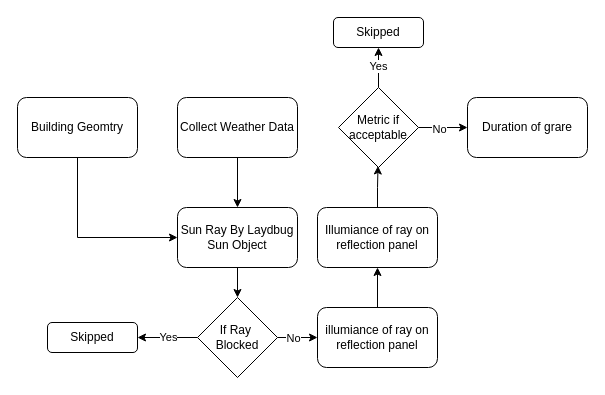
Earlier version of the draw.io diagram glare_simulation_process.drawio (gaochaowyq/MinderGraph). Source tidied: cells renumbered, new cells numbered last; positions are measured from the earlier drawing's top-left corner, leaving out a move shared by most shapes. Both pictures are drawn from the tidied source at 100%, with x=0, y=0 at pixel (17, 17).
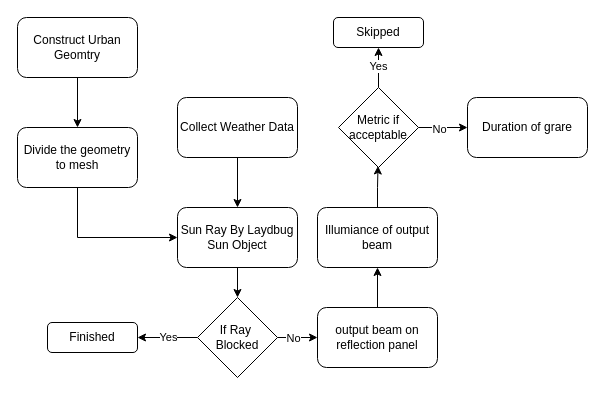
The same page after the edit.

Unchanged cells that the change refers to:
```xml
<mxCell id="5" value="Sun Ray By Laydbug Sun Object" style="rounded=1;whiteSpace=wrap;html=1;" parent="1" vertex="1">
  <mxGeometry x="160" y="190" width="120" height="60" as="geometry" />
</mxCell>
```

Change to the diagram source:
```diff
@@
-    <mxCell id="11" value="Skipped" style="rounded=1;whiteSpace=wrap;html=1;" parent="1" vertex="1">
+    <mxCell id="11" value="Finished" style="rounded=1;whiteSpace=wrap;html=1;" parent="1" vertex="1">
       <mxGeometry x="30" y="305" width="90" height="30" as="geometry" />
     </mxCell>
@@
-    <mxCell id="13" value="illumiance of ray on reflection panel" style="rounded=1;whiteSpace=wrap;html=1;" parent="1" vertex="1">
+    <mxCell id="13" value="output beam on reflection panel" style="rounded=1;whiteSpace=wrap;html=1;" parent="1" vertex="1">
       <mxGeometry x="300" y="290" width="120" height="60" as="geometry" />
     </mxCell>
@@
-    <mxCell id="15" value="Illumiance of ray on reflection panel" style="rounded=1;whiteSpace=wrap;html=1;" parent="1" vertex="1">
+    <mxCell id="15" value="Illumiance of output beam" style="rounded=1;whiteSpace=wrap;html=1;" parent="1" vertex="1">
       <mxGeometry x="300" y="190" width="120" height="60" as="geometry" />
     </mxCell>
@@
-    <mxCell id="23" style="edgeStyle=orthogonalEdgeStyle;rounded=0;jettySize=auto;html=1;entryX=0;entryY=0.5;entryDx=0;entryDy=0;exitX=0.5;exitY=1;exitDx=0;exitDy=0;" parent="1" edge="1" source="24" target="5">
+    <mxCell id="23" style="edgeStyle=orthogonalEdgeStyle;rounded=0;jettySize=auto;html=1;entryX=0;entryY=0.5;entryDx=0;entryDy=0;exitX=0.5;exitY=1;exitDx=0;exitDy=0;" parent="1" edge="1" source="26" target="5">
       <mxGeometry relative="1" as="geometry" />
     </mxCell>
-    <mxCell id="24" value="Building Geomtry" style="rounded=1;whiteSpace=wrap;html=1;" parent="1" vertex="1">
-      <mxGeometry y="80" width="120" height="60" as="geometry" />
+    <mxCell id="24" value="Construct Urban Geomtry" style="rounded=1;whiteSpace=wrap;html=1;" parent="1" vertex="1">
+      <mxGeometry width="120" height="60" as="geometry" />
     </mxCell>
+    <mxCell id="25" style="edgeStyle=orthogonalEdgeStyle;rounded=0;jettySize=auto;html=1;exitX=0.5;exitY=1;exitDx=0;exitDy=0;" parent="1" edge="1" source="24" target="26">
+      <mxGeometry relative="1" as="geometry" />
+    </mxCell>
+    <mxCell id="26" value="Divide the geometry to mesh" style="rounded=1;whiteSpace=wrap;html=1;" parent="1" vertex="1">
+      <mxGeometry y="110" width="120" height="60" as="geometry" />
+    </mxCell>
```
